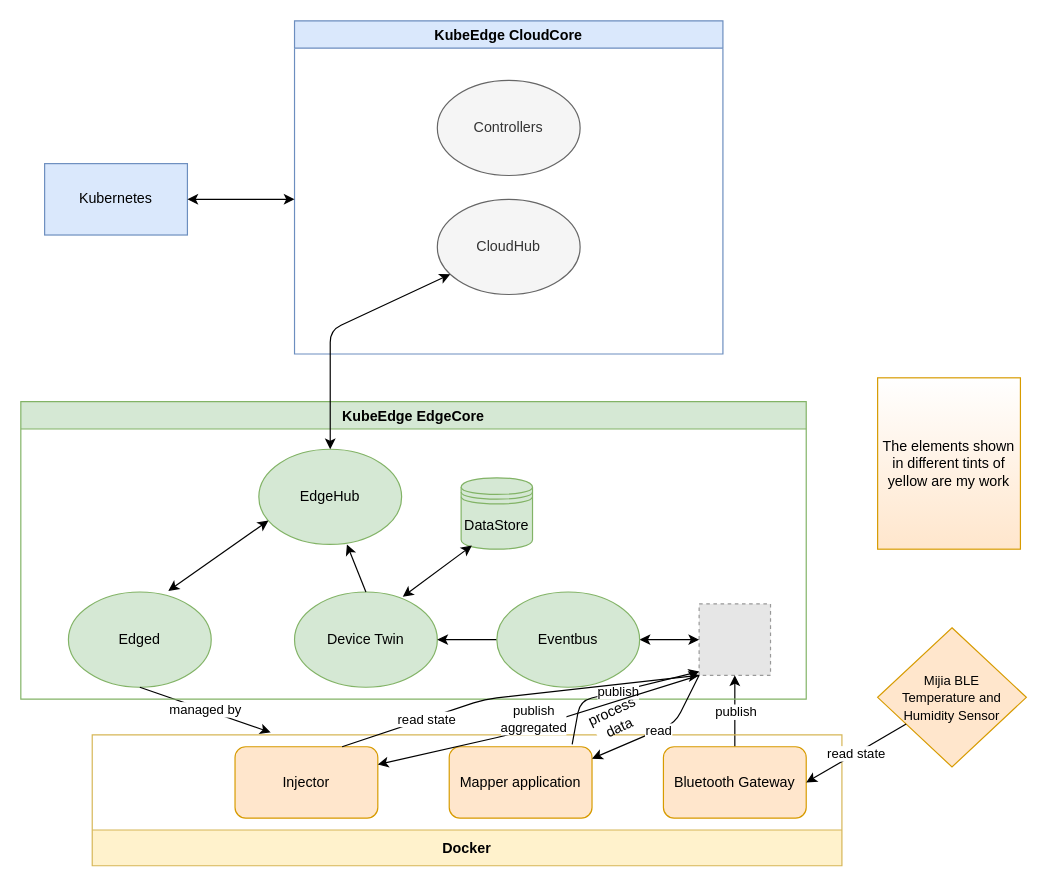
Above: function-level_model.drawio in hzozo/kubeedge_thesis_demo (draw.io), before the change. Source tidied: cells renumbered, new cells numbered last; positions are measured from the earlier drawing's top-left corner, leaving out a move shared by most shapes. Both pictures are drawn from the tidied source at 119%, with x=0, y=0 at pixel (20, 20). Pictures stored in the file or linked from it are replaced by grey dashed boxes.
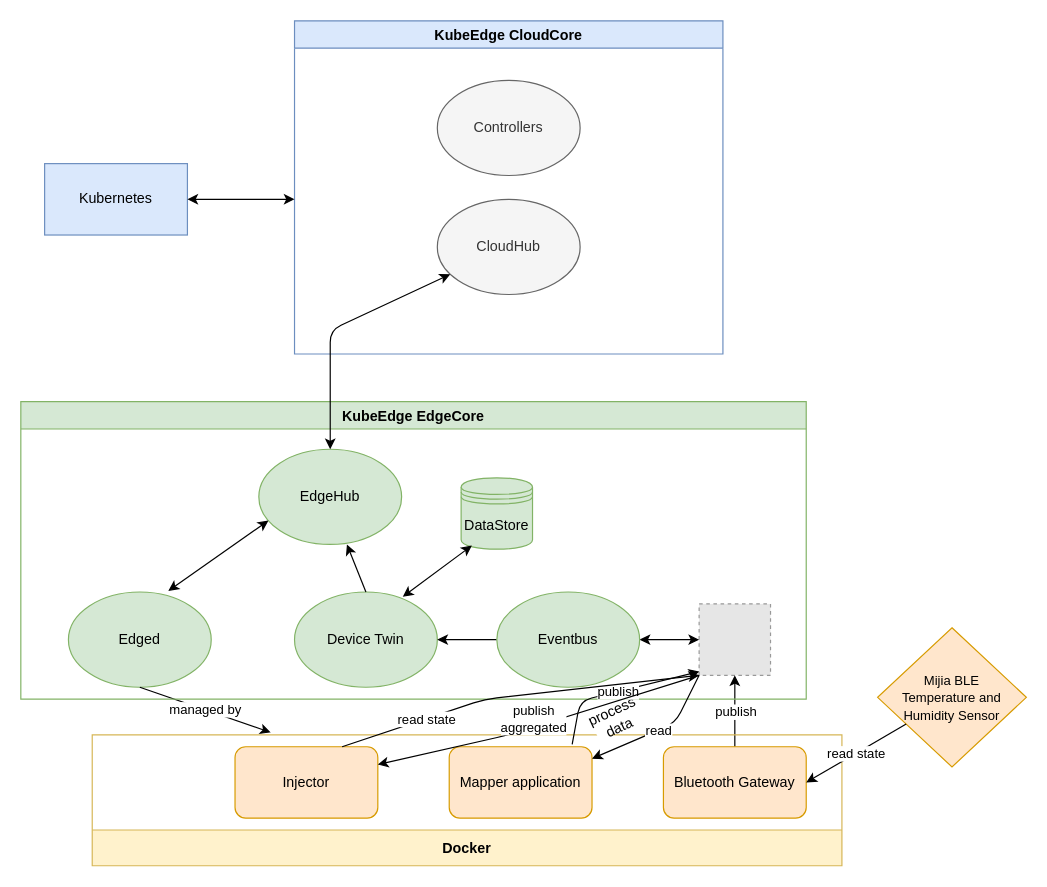
The same diagram, later.

Diff of the diagram source:
```diff
@@
-    <mxCell id="36" value="The elements shown in different tints of yellow are my work" style="rounded=0;whiteSpace=wrap;html=1;fillColor=#ffe6cc;strokeColor=#d79b00;gradientColor=#ffffff;gradientDirection=north;" parent="1" vertex="1">
-      <mxGeometry x="720" y="300" width="120" height="144" as="geometry" />
-    </mxCell>
```
